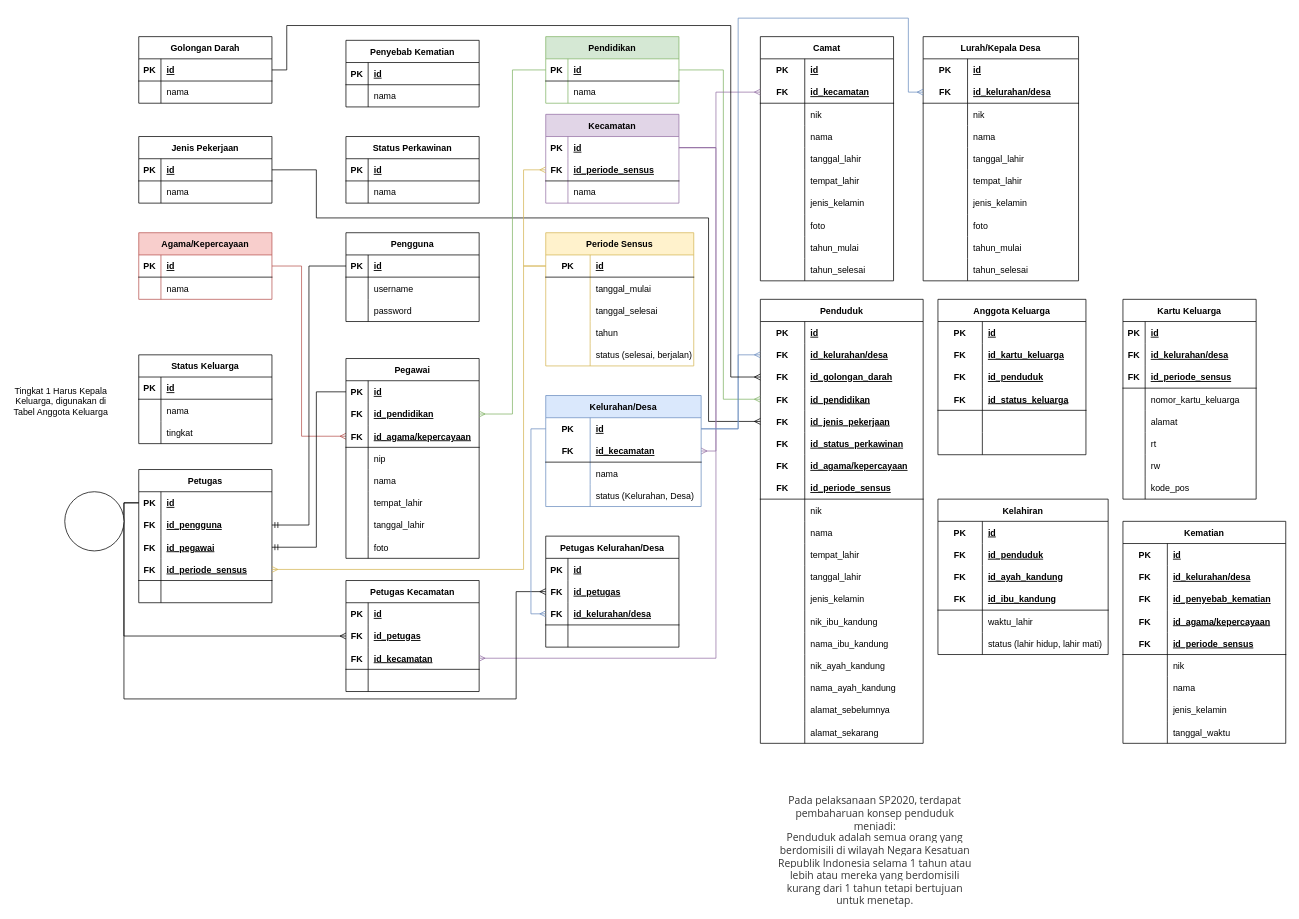
Earlier version of the draw.io diagram database/Database Schema.drawio (yafizh/SKRIPSI-Sensus-Penduduk-BPS-HSU). Source tidied: cells renumbered, new cells numbered last; positions are measured from the earlier drawing's top-left corner, leaving out a move shared by most shapes. Both pictures are drawn from the tidied source at 74%, with x=0, y=0 at pixel (13, 18).
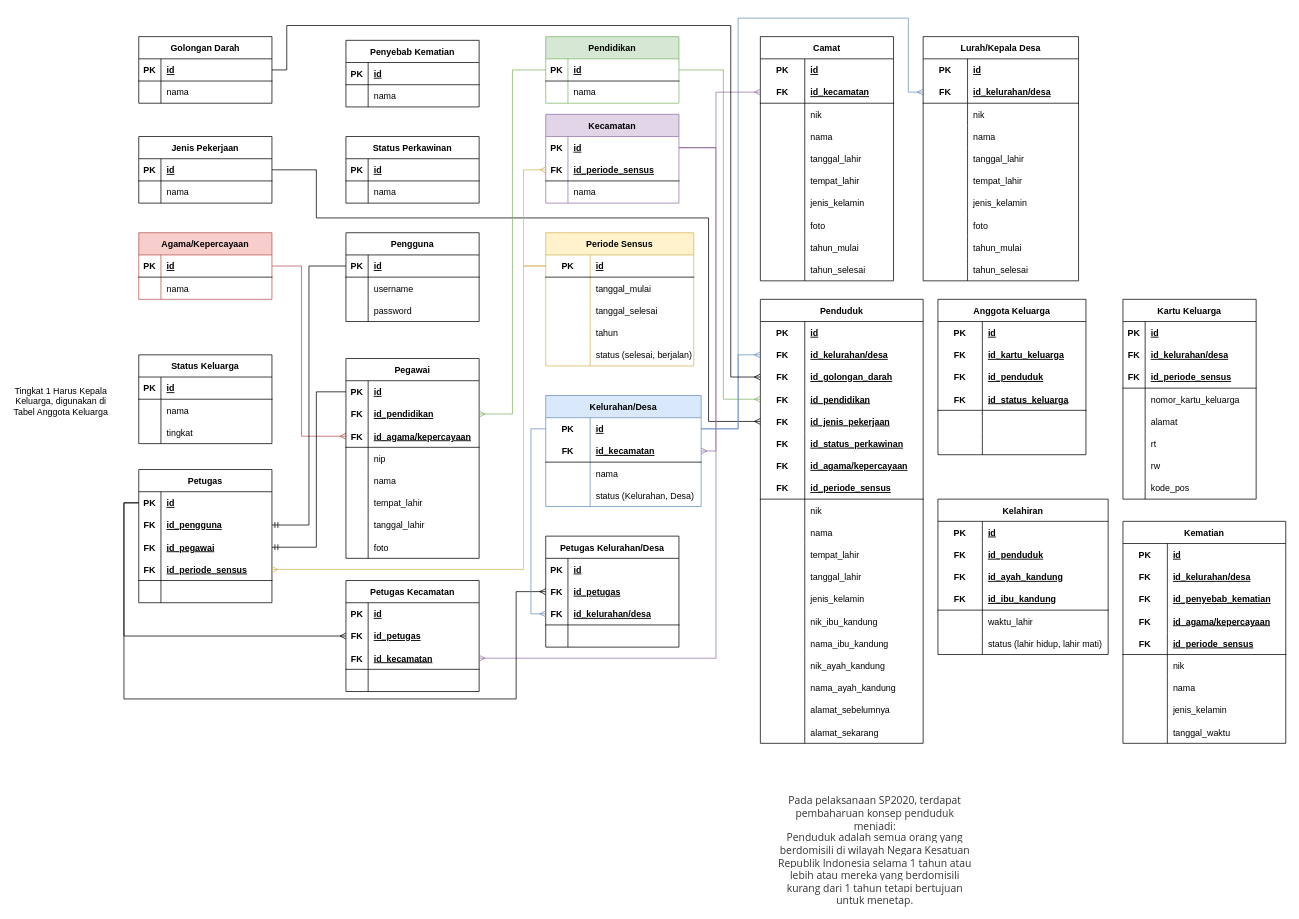
After the change.

The edit, as a diff of the source:
```diff
@@
-    <mxCell id="400" style="ellipse;whiteSpace=wrap;html=1;" parent="1" vertex="1">
-      <mxGeometry x="70" y="640" width="80" height="80" as="geometry" />
-    </mxCell>
```
